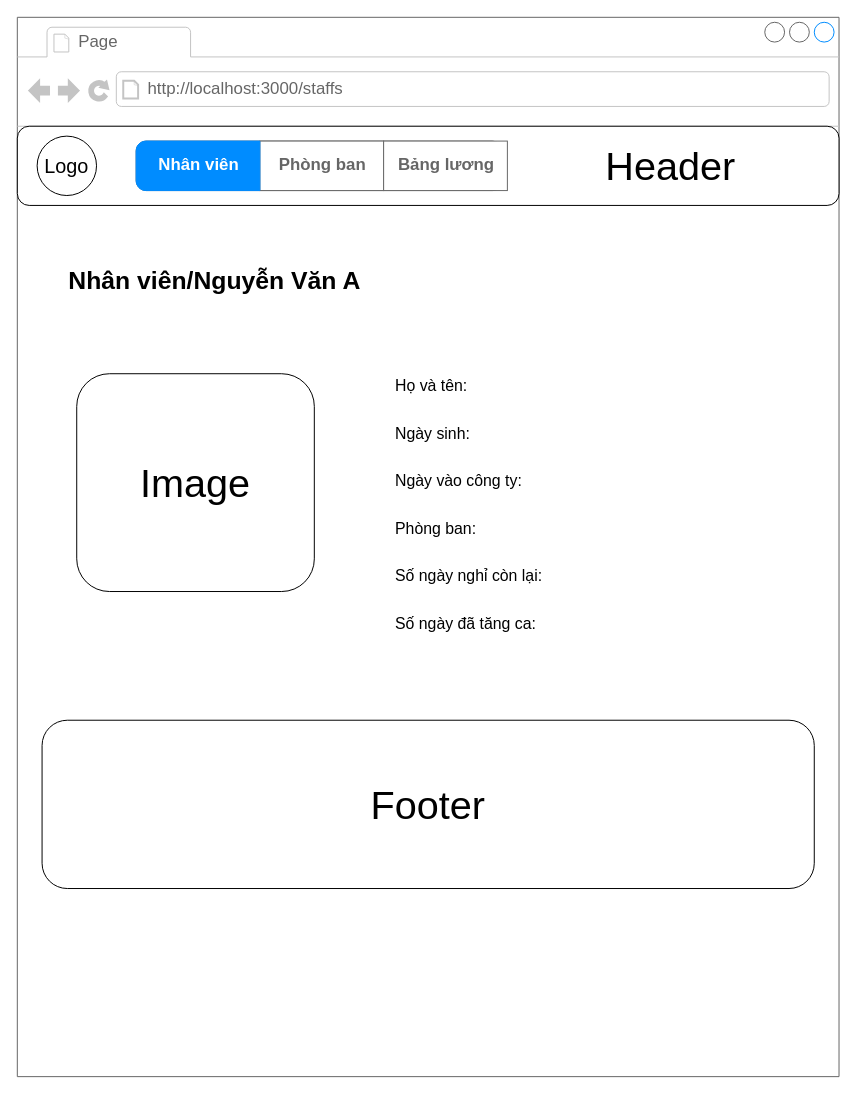
Before: draw/staff.drawio in Doanhbn2001/FUNIXREACTJSASM, a draw.io diagram. Source tidied: cells renumbered, new cells numbered last; positions are measured from the earlier drawing's top-left corner, leaving out a move shared by most shapes. Both pictures are drawn from the tidied source at 99%, with x=0, y=0 at pixel (17, 17).
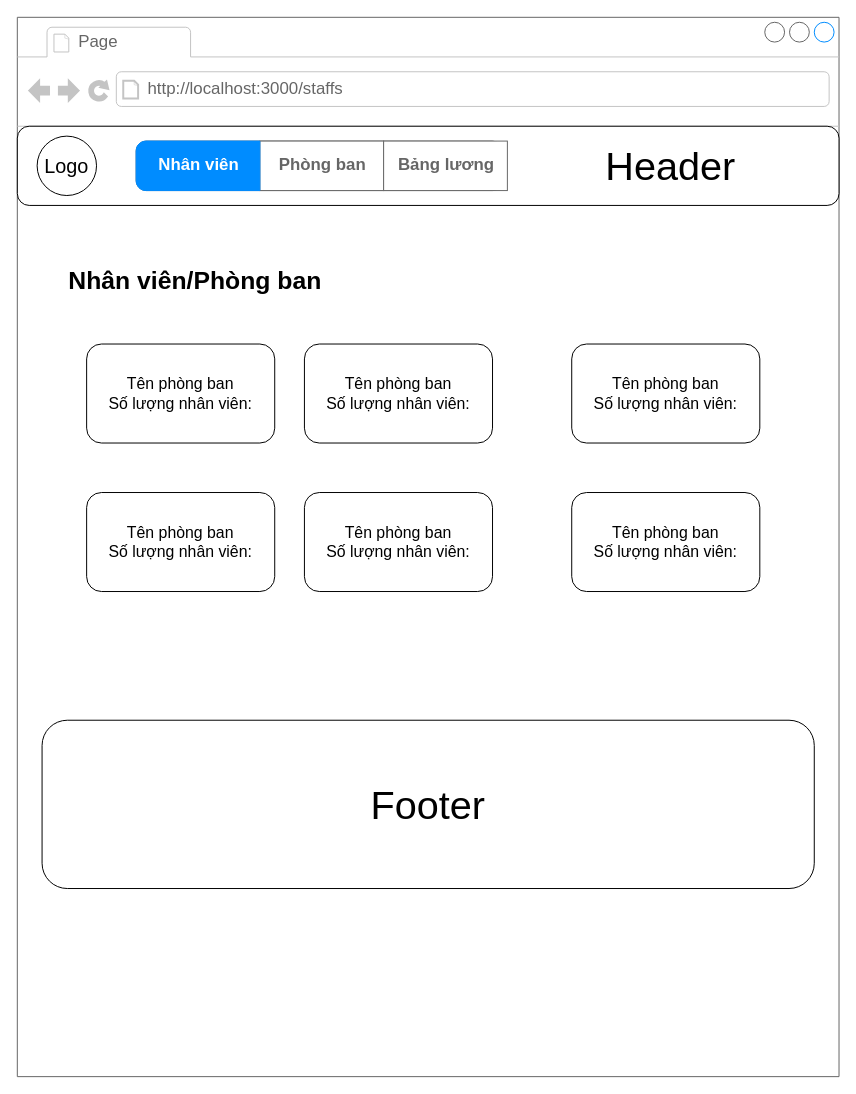
The same page after the edit.

The change refers to these unchanged cells:
```xml
<mxCell id="2" style="strokeWidth=1;shadow=0;dashed=0;align=center;html=1;shape=mxgraph.mockup.containers.browserWindow;rSize=0;strokeColor=#666666;strokeColor2=#008cff;strokeColor3=#c4c4c4;mainText=,;" parent="1" vertex="1">
  <mxGeometry width="830" height="1070" as="geometry" />
</mxCell>
```

Diff of the diagram source:
```diff
@@
-    <mxCell id="5" value="&lt;b&gt;&lt;font style=&quot;font-size: 25px&quot;&gt;Nhân viên/Nguyễn Văn A&lt;/font&gt;&lt;/b&gt;" style="text;html=1;strokeColor=none;fillColor=none;align=left;verticalAlign=middle;whiteSpace=wrap;rounded=0;fontSize=20;" parent="2" vertex="1">
+    <mxCell id="5" value="&lt;b&gt;&lt;font style=&quot;font-size: 25px&quot;&gt;Nhân viên/Phòng ban&lt;/font&gt;&lt;/b&gt;" style="text;html=1;strokeColor=none;fillColor=none;align=left;verticalAlign=middle;whiteSpace=wrap;rounded=0;fontSize=20;" parent="2" vertex="1">
       <mxGeometry x="50" y="240" width="310" height="50" as="geometry" />
     </mxCell>
@@
-    <mxCell id="7" value="&lt;font style=&quot;font-size: 40px&quot;&gt;Image&lt;/font&gt;" style="rounded=1;whiteSpace=wrap;html=1;" parent="2" vertex="1">
-      <mxGeometry x="60" y="360" width="240" height="220" as="geometry" />
+    <mxCell id="7" value="&lt;span style=&quot;font-size: 16px&quot;&gt;Tên phòng ban&lt;br&gt;Số lượng nhân viên:&lt;br&gt;&lt;/span&gt;" style="rounded=1;whiteSpace=wrap;html=1;" parent="2" vertex="1">
+      <mxGeometry x="70" y="330" width="190" height="100" as="geometry" />
     </mxCell>
-    <mxCell id="8" value="&lt;font style=&quot;font-size: 16px&quot;&gt;Họ và tên:&lt;br&gt;Ngày sinh:&lt;br&gt;Ngày vào công ty:&lt;br&gt;Phòng ban:&lt;br&gt;Số ngày nghỉ còn lại:&lt;br&gt;Số ngày đã tăng ca:&lt;br&gt;&amp;nbsp;&lt;br&gt;&lt;br&gt;&lt;br&gt;&lt;/font&gt;" style="text;html=1;strokeColor=none;fillColor=none;align=left;verticalAlign=middle;whiteSpace=wrap;rounded=0;fontSize=40;" parent="2" vertex="1">
-      <mxGeometry x="380" y="440" width="360" height="230" as="geometry" />
-    </mxCell>
+    <mxCell id="16" value="&lt;span style=&quot;font-size: 16px&quot;&gt;Tên phòng ban&lt;br&gt;Số lượng nhân viên:&lt;br&gt;&lt;/span&gt;" style="rounded=1;whiteSpace=wrap;html=1;" parent="2" vertex="1">
+      <mxGeometry x="560" y="330" width="190" height="100" as="geometry" />
+    </mxCell>
+    <mxCell id="17" value="&lt;span style=&quot;font-size: 16px&quot;&gt;Tên phòng ban&lt;br&gt;Số lượng nhân viên:&lt;br&gt;&lt;/span&gt;" style="rounded=1;whiteSpace=wrap;html=1;" parent="2" vertex="1">
+      <mxGeometry x="70" y="480" width="190" height="100" as="geometry" />
+    </mxCell>
+    <mxCell id="18" value="&lt;span style=&quot;font-size: 16px&quot;&gt;Tên phòng ban&lt;br&gt;Số lượng nhân viên:&lt;br&gt;&lt;/span&gt;" style="rounded=1;whiteSpace=wrap;html=1;" parent="2" vertex="1">
+      <mxGeometry x="290" y="480" width="190" height="100" as="geometry" />
+    </mxCell>
+    <mxCell id="19" value="&lt;span style=&quot;font-size: 16px&quot;&gt;Tên phòng ban&lt;br&gt;Số lượng nhân viên:&lt;br&gt;&lt;/span&gt;" style="rounded=1;whiteSpace=wrap;html=1;" parent="2" vertex="1">
+      <mxGeometry x="290" y="330" width="190" height="100" as="geometry" />
+    </mxCell>
+    <mxCell id="20" value="&lt;span style=&quot;font-size: 16px&quot;&gt;Tên phòng ban&lt;br&gt;Số lượng nhân viên:&lt;br&gt;&lt;/span&gt;" style="rounded=1;whiteSpace=wrap;html=1;" parent="2" vertex="1">
+      <mxGeometry x="560" y="480" width="190" height="100" as="geometry" />
+    </mxCell>
```
